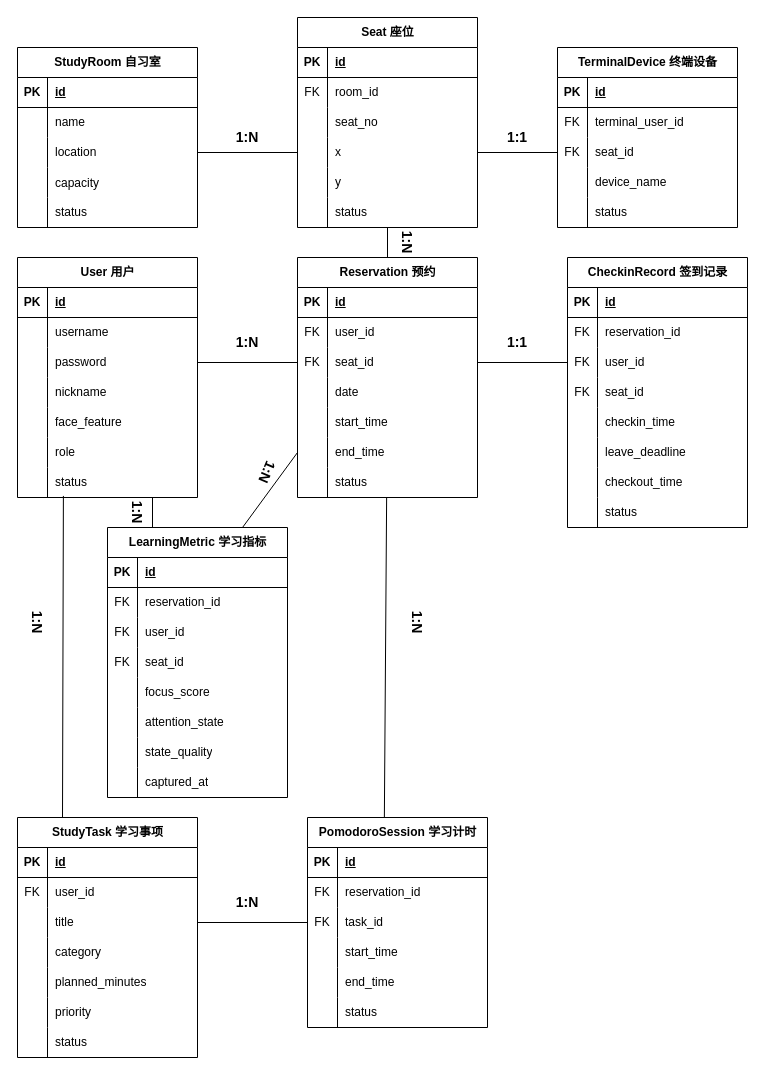
This is 4.3ER图.drawio from ing628/learngitskills, a draw.io file, before an edit. Source tidied: cells renumbered, new cells numbered last; positions are measured from the earlier drawing's top-left corner, leaving out a move shared by most shapes. Both pictures are drawn from the tidied source at 100%, with x=0, y=0 at pixel (7, 17).
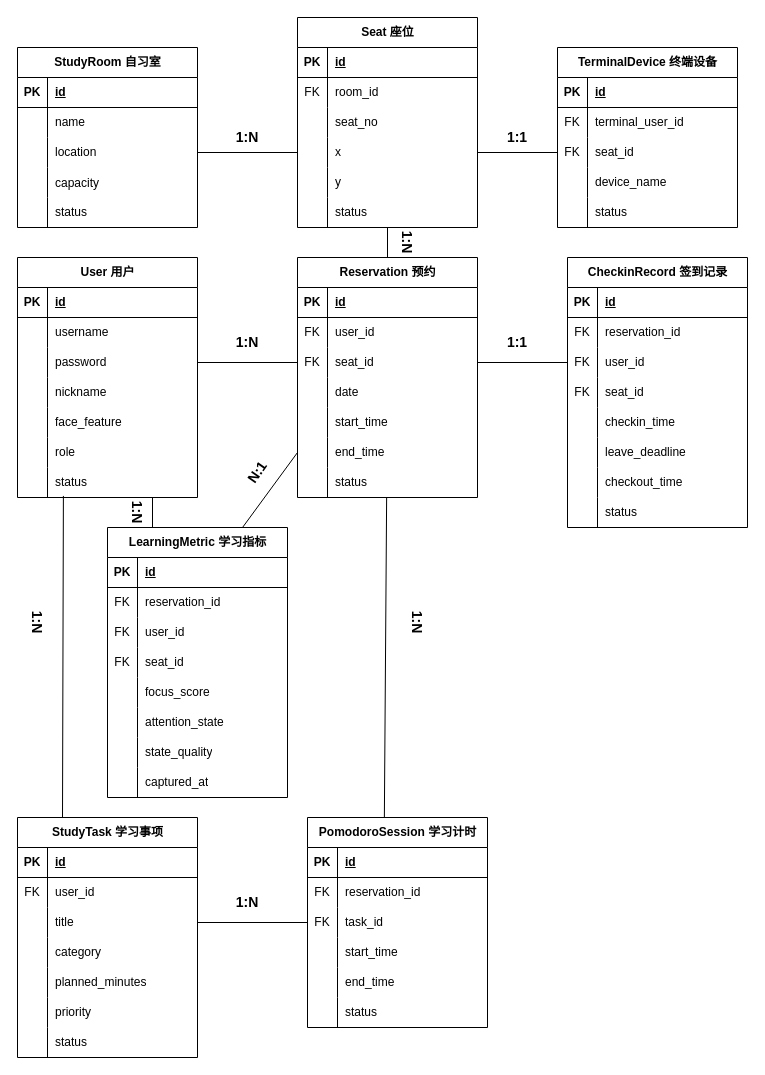
After the change.

What changed in the source:
```diff
@@
-    <mxCell id="204" value="1:N" style="text;html=1;whiteSpace=wrap;strokeColor=none;fillColor=none;align=center;verticalAlign=middle;rounded=0;fontStyle=1;fontSize=14;rotation=113;" parent="1" vertex="1">
-      <mxGeometry x="230" y="440" width="60" height="30" as="geometry" />
-    </mxCell>
@@
+    <mxCell id="208" value="N:1" style="text;html=1;whiteSpace=wrap;strokeColor=none;fillColor=none;align=center;verticalAlign=middle;rounded=0;fontSize=14;fontStyle=1;rotation=-55;" parent="1" vertex="1">
+      <mxGeometry x="220" y="440" width="60" height="30" as="geometry" />
+    </mxCell>
```
